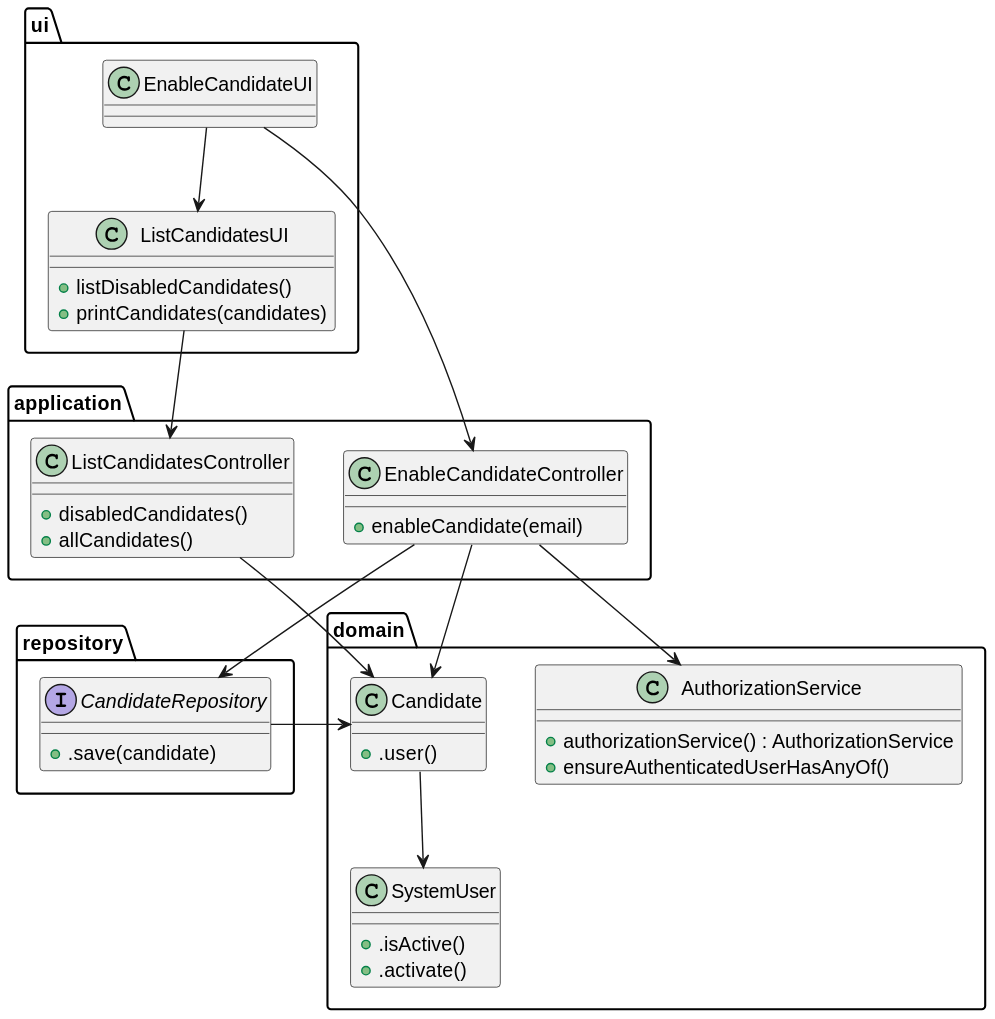
Before: docs/sprintC/2000b/svg/2000b-EnableCandidate-class-diagram.svg, a diagram exported from PlantUML (marcoferreira37/Lapr4). The source it was exported from:
```plantuml
@startuml
package ui {
        class EnableCandidateUI {
        }

        class ListCandidatesUI{
            +listDisabledCandidates()
            +printCandidates(candidates)
        }
    }




    package application {
        class EnableCandidateController {
            +enableCandidate(email)
        }

        class ListCandidatesController{
            +disabledCandidates()
            +allCandidates()
        }
    }

    package repository {

        interface CandidateRepository{
            +.save(candidate)
        }
    }

    package domain {
        class SystemUser{
            +.isActive()
            +.activate()
        }

        class AuthorizationService {
            +authorizationService() : AuthorizationService
            +ensureAuthenticatedUserHasAnyOf()
        }

        class Candidate {
            +.user()
        }
    }



EnableCandidateUI --> EnableCandidateController
EnableCandidateUI --> ListCandidatesUI
ListCandidatesUI --> ListCandidatesController
ListCandidatesController --> Candidate
Candidate --> SystemUser
EnableCandidateController --> Candidate
EnableCandidateController --> CandidateRepository
CandidateRepository -> Candidate
EnableCandidateController --> AuthorizationService
@enduml
```
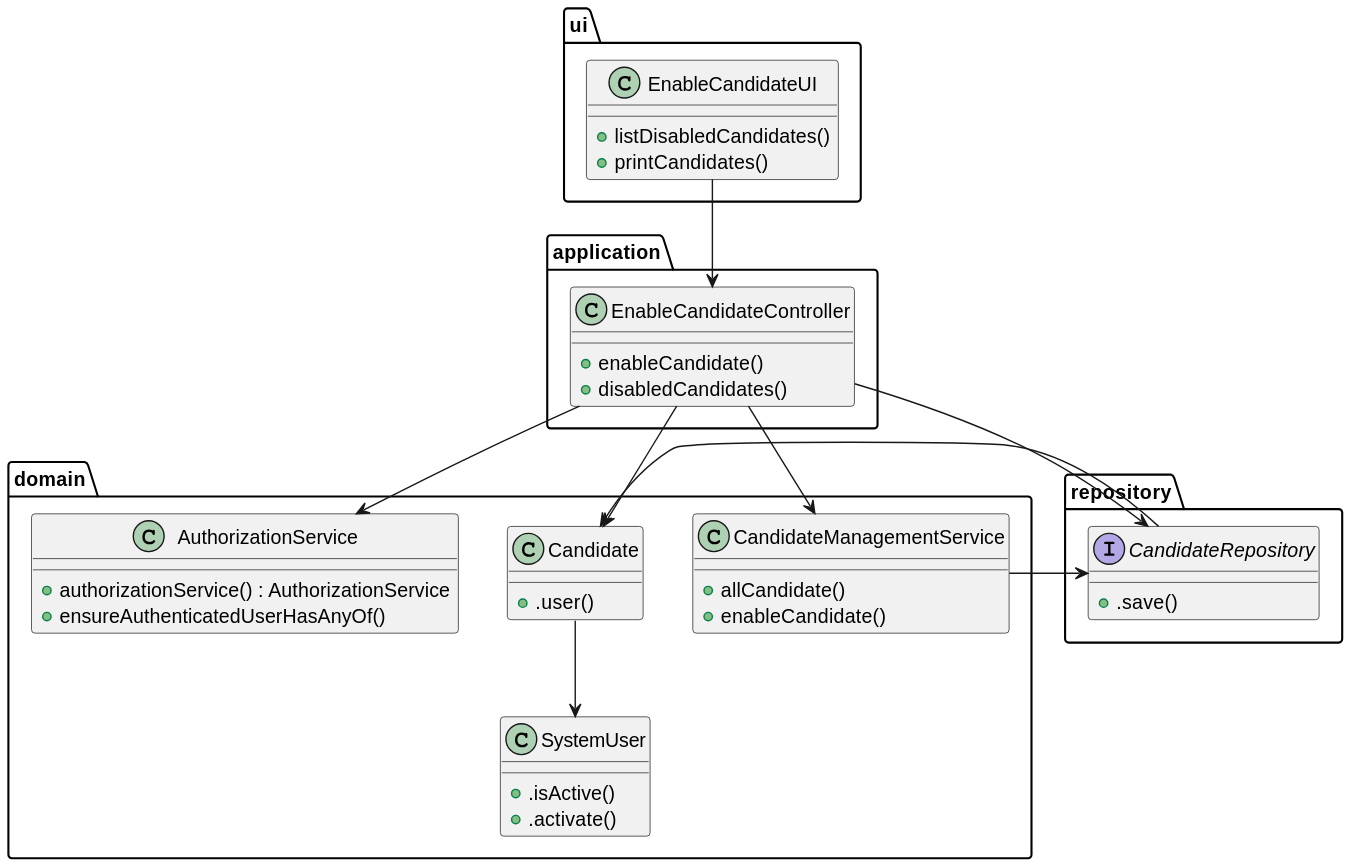
After the change.

Change to the diagram source:
```diff
@@ -1,12 +1,10 @@
 @startuml
 package ui {
         class EnableCandidateUI {
+            +listDisabledCandidates()
+            +printCandidates()
         }
 
-        class ListCandidatesUI{
-            +listDisabledCandidates()
-            +printCandidates(candidates)
-        }
     }
 
 
@@ -14,19 +12,15 @@
 
     package application {
         class EnableCandidateController {
-            +enableCandidate(email)
-        }
-
-        class ListCandidatesController{
+            +enableCandidate()
             +disabledCandidates()
-            +allCandidates()
         }
     }
 
     package repository {
 
         interface CandidateRepository{
-            +.save(candidate)
+            +.save()
         }
     }
 
@@ -44,17 +38,21 @@
         class Candidate {
             +.user()
         }
+        class CandidateManagementService{
+           +allCandidate()
+           +enableCandidate()
+        }
     }
 
 
 
+
+CandidateManagementService -> CandidateRepository
 EnableCandidateUI --> EnableCandidateController
-EnableCandidateUI --> ListCandidatesUI
-ListCandidatesUI --> ListCandidatesController
-ListCandidatesController --> Candidate
+CandidateRepository -> Candidate
 Candidate --> SystemUser
 EnableCandidateController --> Candidate
 EnableCandidateController --> CandidateRepository
-CandidateRepository -> Candidate
 EnableCandidateController --> AuthorizationService
+EnableCandidateController --> CandidateManagementService
 @enduml
```
